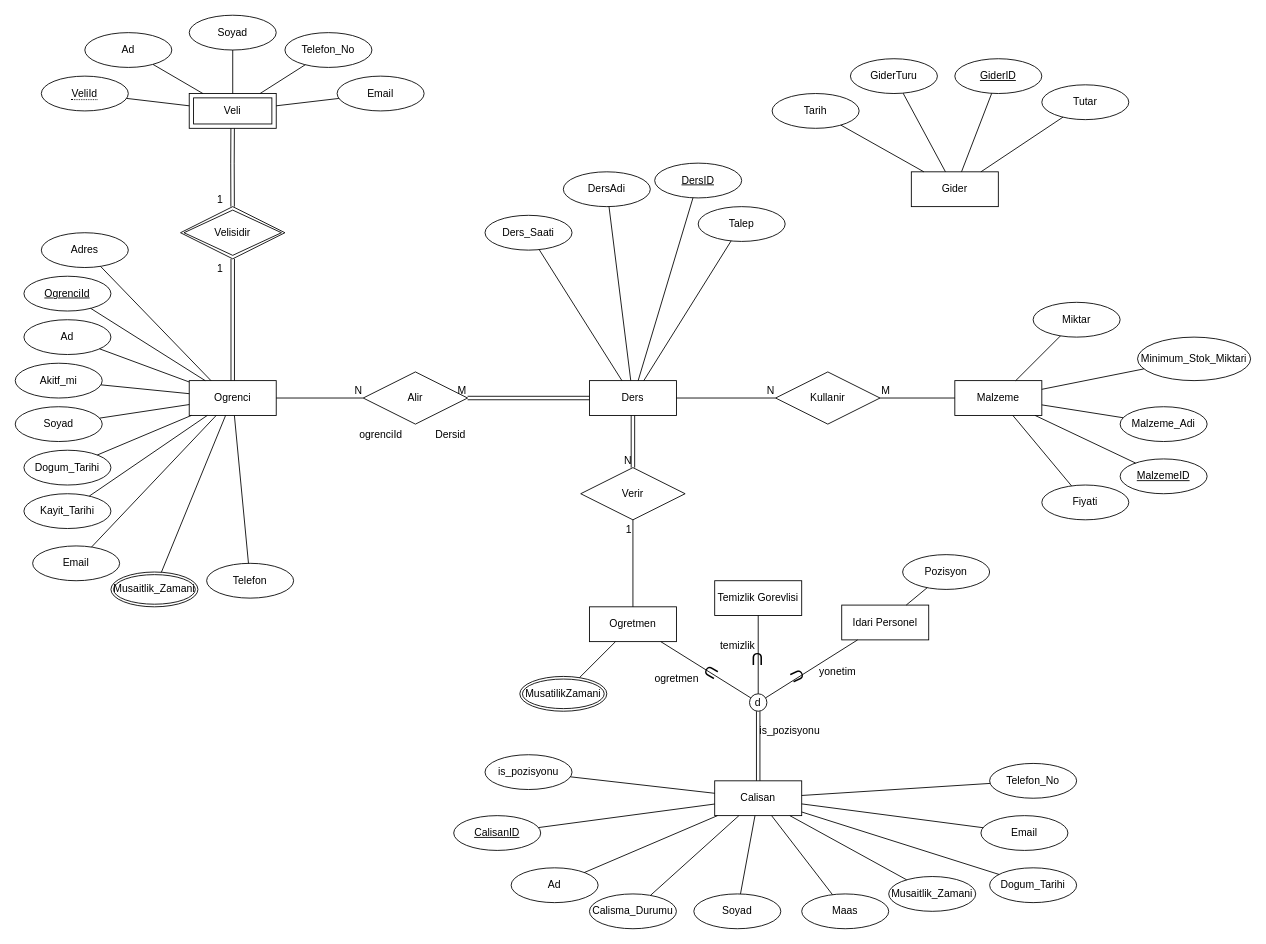
Above: page "Sayfa -1" (1 of 2) of bil372-frontend/EERDiagram.drawio in onurozcan361/bil372-project (draw.io), before the change. Source tidied: cells renumbered, new cells numbered last; positions are measured from the earlier drawing's top-left corner, leaving out a move shared by most shapes. Both pictures are drawn from the tidied source at 87%, with x=0, y=0 at pixel (15, 15).
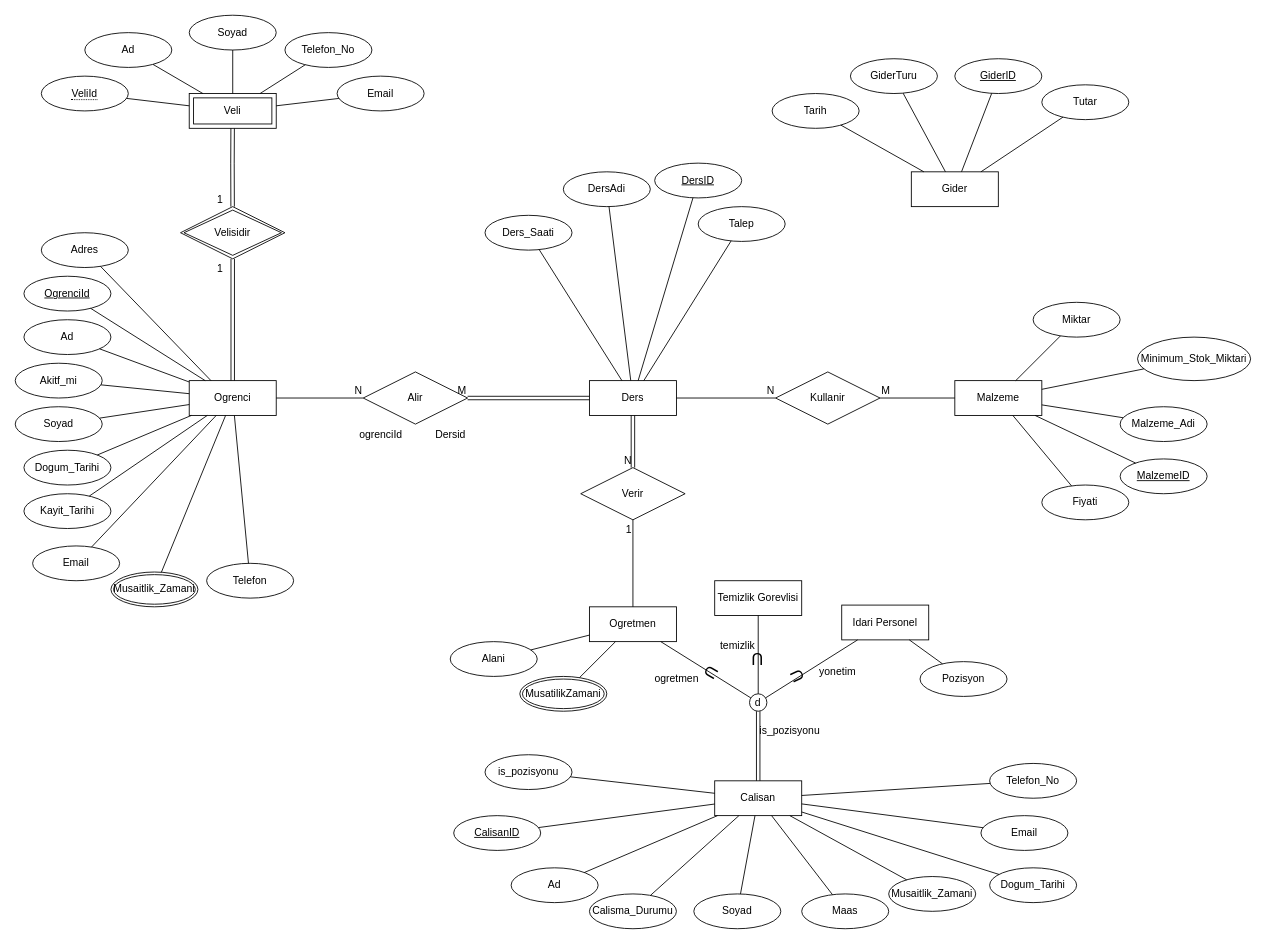
Above is the later version.

Commit message (it also covers changes not shown here):
eer ve relational diagramlar guncellendi

Unchanged cells that the change refers to:
```xml
<mxCell id="8" value="Ogretmen" style="whiteSpace=wrap;html=1;align=center;" parent="1" vertex="1">
  <mxGeometry x="660" y="680" width="100" height="40" as="geometry" />
</mxCell>
```

The edit, as a diff of the source:
```diff
@@
     <mxCell id="104" value="Pozisyon" style="ellipse;whiteSpace=wrap;html=1;align=center;" parent="1" vertex="1">
-      <mxGeometry x="1020" y="620" width="100" height="40" as="geometry" />
+      <mxGeometry x="1040" y="743" width="100" height="40" as="geometry" />
     </mxCell>
@@
+    <mxCell id="125" value="Alani" style="ellipse;whiteSpace=wrap;html=1;align=center;" parent="1" vertex="1">
+      <mxGeometry x="500" y="720" width="100" height="40" as="geometry" />
+    </mxCell>
+    <mxCell id="126" style="endArrow=none;html=1;rounded=0;" parent="1" edge="1" source="125" target="8">
+      <mxGeometry relative="1" as="geometry" />
+    </mxCell>
```
